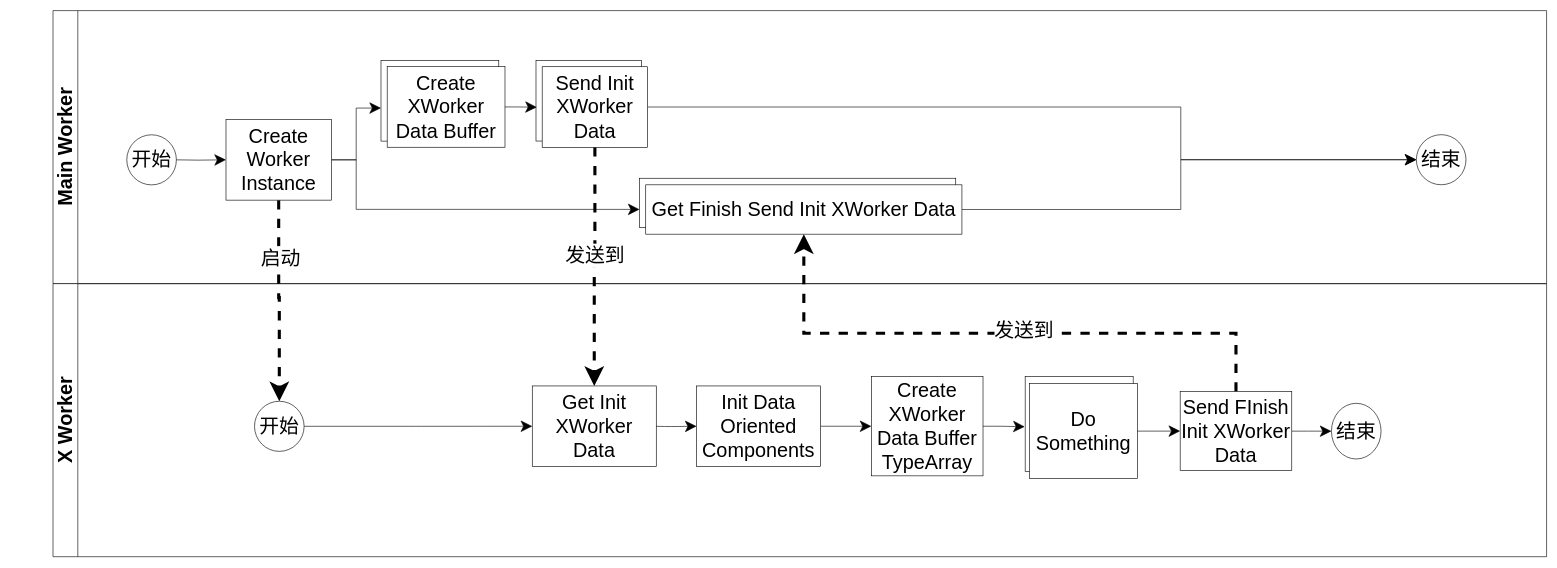
The draw.io diagram packages/多线程模式/role_abstract/初始化流程图.drawio in yyc-git/3DProgramPattern, before the edit. Source tidied: cells renumbered, new cells numbered last; positions are measured from the earlier drawing's top-left corner, leaving out a move shared by most shapes. Both pictures are drawn from the tidied source at 62%, with x=0, y=0 at pixel (15, 11).
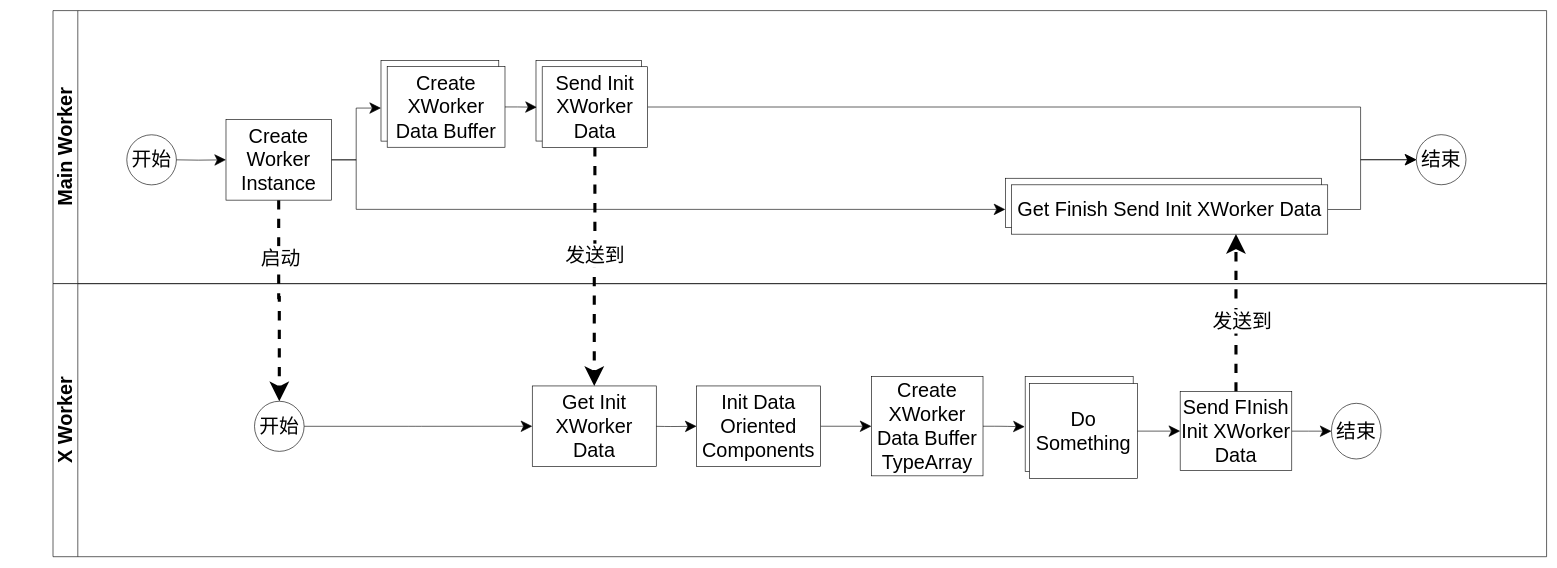
The same diagram, later.

The change refers to these unchanged cells:
```xml
<mxCell id="16" value="结束" style="ellipse;whiteSpace=wrap;html=1;fontSize=32;" parent="1" vertex="1">
  <mxGeometry x="2260" y="199.7" width="80" height="80.8" as="geometry" />
</mxCell>
<mxCell id="26" value="Send FInish Init XWorker Data" style="whiteSpace=wrap;html=1;fontSize=32;" parent="1" vertex="1">
  <mxGeometry x="1879" y="614.1" width="180" height="127.5" as="geometry" />
</mxCell>
<mxCell id="33" value="Send Init XWorker Data" style="whiteSpace=wrap;html=1;fontSize=32;" parent="31" vertex="1">
  <mxGeometry x="10" y="10.1" width="170" height="130" as="geometry" />
</mxCell>
<mxCell id="36" value="Get Finish Send Init XWorker Data" style="whiteSpace=wrap;html=1;fontSize=32;" parent="34" vertex="1">
  <mxGeometry x="10" y="10.6" width="510" height="79.6" as="geometry" />
</mxCell>
```

Change to the diagram source:
```diff
@@
     <mxCell id="12" style="edgeStyle=orthogonalEdgeStyle;rounded=0;jettySize=auto;html=1;entryX=0;entryY=0.5;entryDx=0;entryDy=0;startSize=16;endSize=16;exitX=1;exitY=0.5;exitDx=0;exitDy=0;" parent="1" edge="1" source="36" target="16">
       <mxGeometry relative="1" as="geometry">
         <Array as="points">
-          <mxPoint x="1880" y="320" />
-          <mxPoint x="1880" y="240" />
+          <mxPoint x="2170" y="320" />
+          <mxPoint x="2170" y="240" />
         </Array>
       </mxGeometry>
     </mxCell>
@@
     <mxCell id="15" style="edgeStyle=orthogonalEdgeStyle;rounded=0;jettySize=auto;html=1;entryX=0;entryY=0.5;entryDx=0;entryDy=0;startSize=16;endSize=16;exitX=1;exitY=0.5;exitDx=0;exitDy=0;" parent="1" edge="1" source="33" target="16">
       <mxGeometry relative="1" as="geometry">
         <Array as="points">
-          <mxPoint x="1880" y="155" />
-          <mxPoint x="1880" y="240" />
+          <mxPoint x="2170" y="155" />
+          <mxPoint x="2170" y="240" />
         </Array>
       </mxGeometry>
     </mxCell>
@@
-    <mxCell id="24" style="edgeStyle=orthogonalEdgeStyle;rounded=0;jumpStyle=arc;jettySize=auto;html=1;startSize=16;endSize=16;strokeWidth=5;dashed=1;exitX=0.5;exitY=0;exitDx=0;exitDy=0;entryX=0.5;entryY=1;entryDx=0;entryDy=0;" parent="1" edge="1" source="26" target="36">
+    <mxCell id="24" style="edgeStyle=orthogonalEdgeStyle;rounded=0;jumpStyle=arc;jettySize=auto;html=1;startSize=16;endSize=16;strokeWidth=5;dashed=1;exitX=0.5;exitY=0;exitDx=0;exitDy=0;" parent="1" edge="1" source="26">
       <mxGeometry relative="1" as="geometry">
+        <mxPoint x="1969" y="360" as="targetPoint" />
         <Array as="points">
-          <mxPoint x="1969" y="520" />
-          <mxPoint x="1272" y="520" />
+          <mxPoint x="1969" y="360" />
         </Array>
       </mxGeometry>
     </mxCell>
@@
     <mxCell id="34" style="group;" parent="1" vertex="1">
-      <mxGeometry x="1007" y="270" width="520" height="90.1" as="geometry" />
+      <mxGeometry x="1597" y="270" width="520" height="90.1" as="geometry" />
     </mxCell>
```
